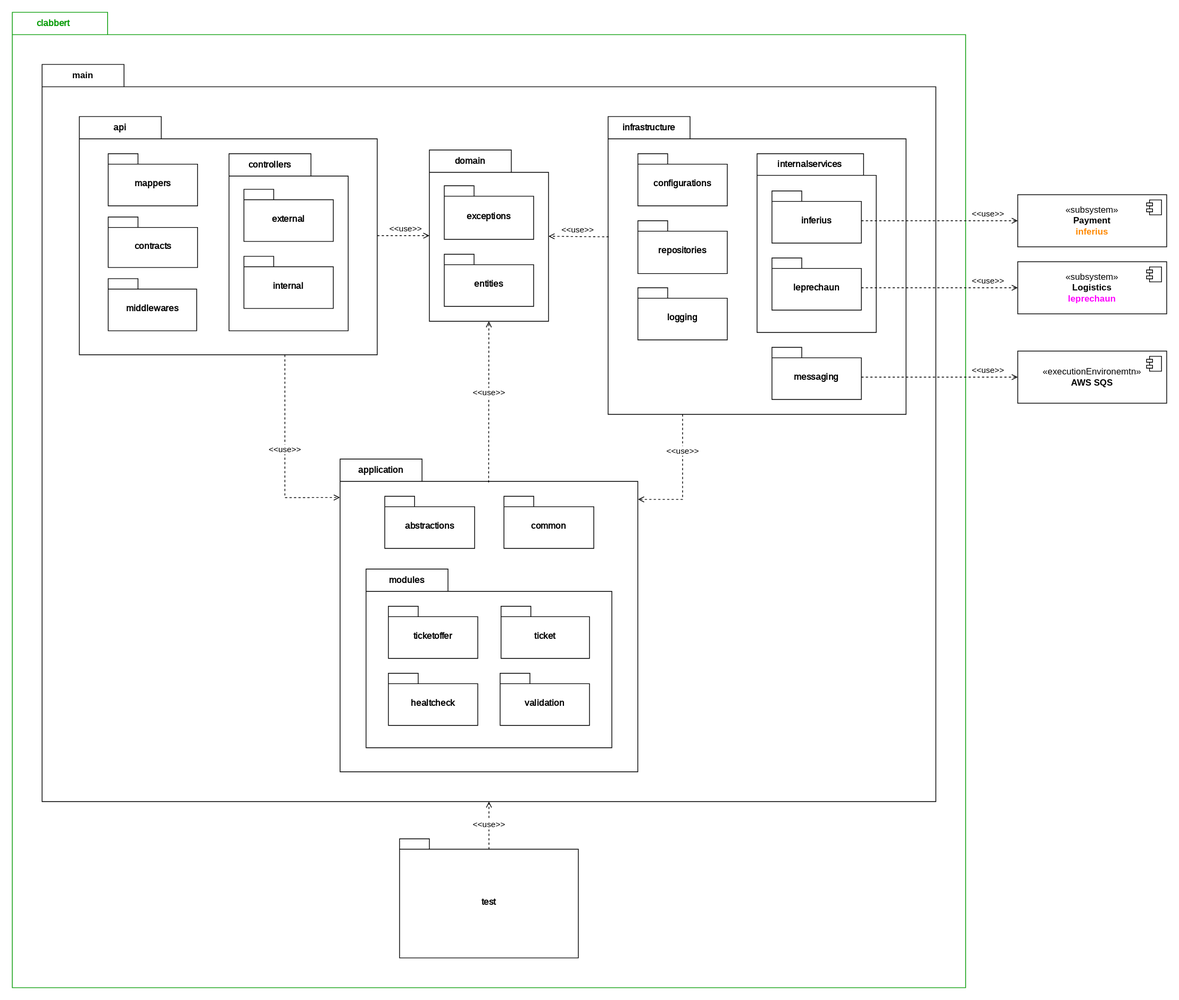
PWR-ACS-SE-24/SoftwareSystemDesign keeps this draw.io diagram as documentation/course/e2/images/package-diagram-clabbert.drawio.svg. Above is the earlier version. Source tidied: cells renumbered, new cells last; positions are measured from the earlier drawing's top-left corner, leaving out a move shared by most shapes.
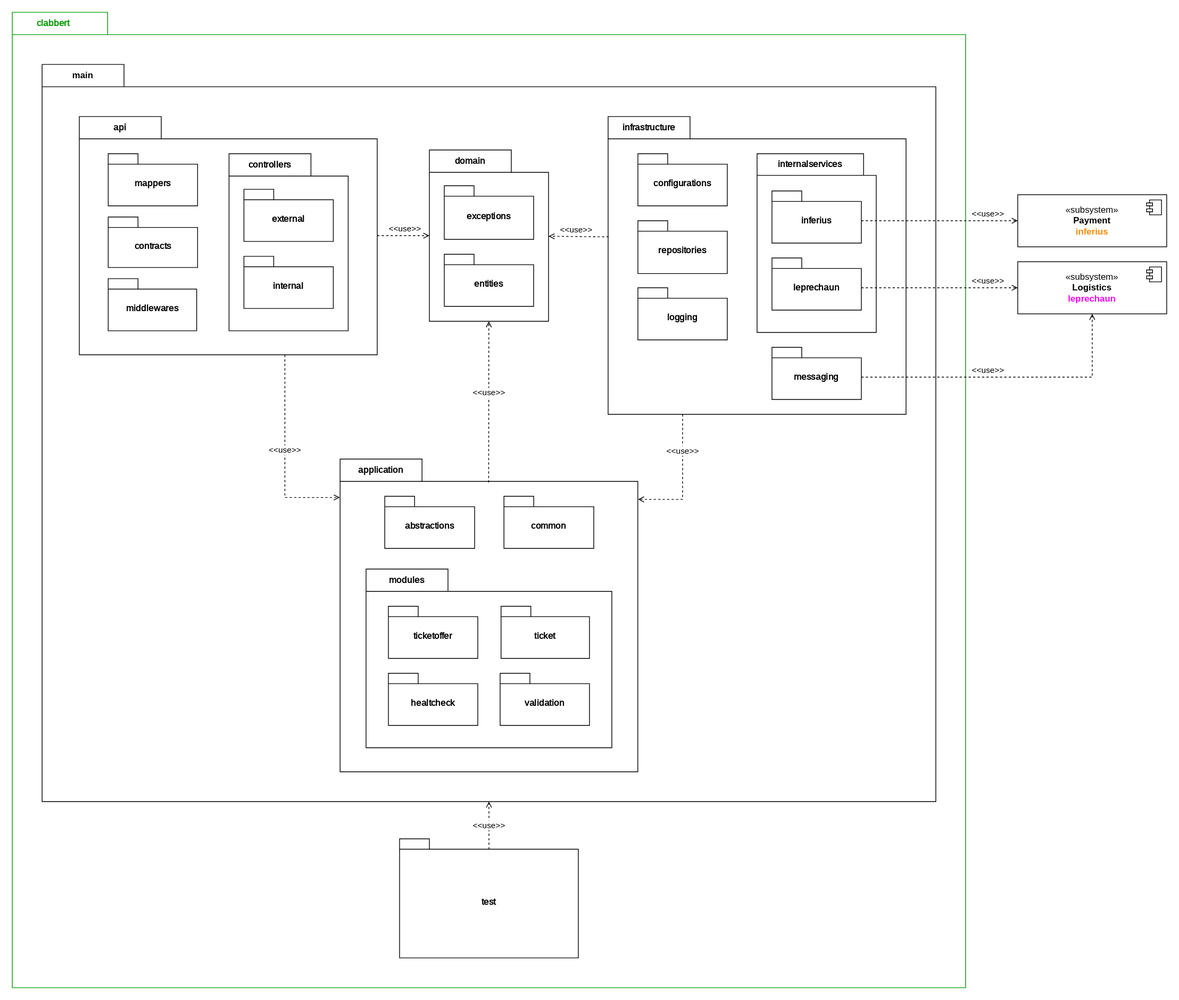
After the commit.

What changed in the source:
```diff
@@ -186,14 +186,6 @@
         <mxPoint x="-27" y="7" as="offset" />
       </mxGeometry>
     </mxCell>
-    <mxCell id="56" value="«executionEnvironemtn»&lt;br&gt;&lt;b&gt;AWS SQS&lt;/b&gt;" style="html=1;whiteSpace=wrap;" parent="1" vertex="1">
-      <mxGeometry x="1350" y="455" width="200" height="70" as="geometry" />
-    </mxCell>
-    <mxCell id="57" style="shape=module;jettyWidth=8;jettyHeight=4;" parent="56" vertex="1">
-      <mxGeometry x="1" width="20" height="20" relative="1" as="geometry">
-        <mxPoint x="-27" y="7" as="offset" />
-      </mxGeometry>
-    </mxCell>
     <mxCell id="58" value="&amp;lt;&amp;lt;use&amp;gt;&amp;gt;" style="endArrow=open;html=1;rounded=0;align=center;verticalAlign=bottom;dashed=1;endFill=0;labelBackgroundColor=none;" parent="1" edge="1" target="52">
       <mxGeometry x="0.62" relative="1" as="geometry">
         <mxPoint x="1140" y="280" as="sourcePoint" />
@@ -210,9 +202,12 @@
     <mxCell id="61" style="html=1;align=center;verticalAlign=top;labelBackgroundColor=none;" parent="60" vertex="1">
       <mxGeometry relative="1" as="geometry" />
     </mxCell>
-    <mxCell id="62" value="&amp;lt;&amp;lt;use&amp;gt;&amp;gt;" style="endArrow=open;html=1;rounded=0;align=center;verticalAlign=bottom;dashed=1;endFill=0;labelBackgroundColor=none;" parent="1" edge="1" target="56">
-      <mxGeometry x="0.62" relative="1" as="geometry">
+    <mxCell id="62" value="&amp;lt;&amp;lt;use&amp;gt;&amp;gt;" style="endArrow=open;html=1;rounded=0;align=center;verticalAlign=bottom;dashed=1;endFill=0;labelBackgroundColor=none;entryX=0.5;entryY=1;entryDx=0;entryDy=0;" parent="1" edge="1" target="54">
+      <mxGeometry x="-0.14" relative="1" as="geometry">
         <mxPoint x="1140" y="490" as="sourcePoint" />
+        <Array as="points">
+          <mxPoint x="1450" y="490" />
+        </Array>
       </mxGeometry>
     </mxCell>
     <mxCell id="63" style="html=1;align=center;verticalAlign=top;labelBackgroundColor=none;" parent="62" vertex="1">
```
